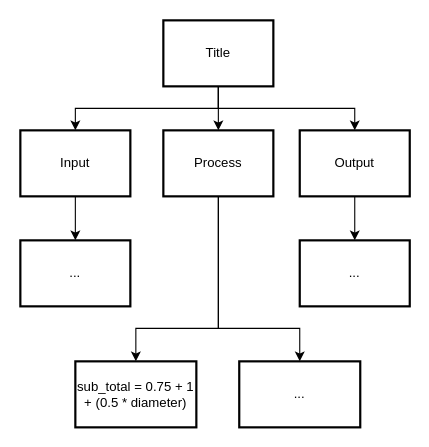
Earlier version of the draw.io diagram drawio/topDownDesign/topDownDesign.drawio (Aidan-Lalonde-Novales/ICS3U-Unit4-06-Python). Source tidied: cells renumbered, new cells numbered last; positions are measured from the earlier drawing's top-left corner, leaving out a move shared by most shapes. Both pictures are drawn from the tidied source at 110%, with x=0, y=0 at pixel (20, 20).
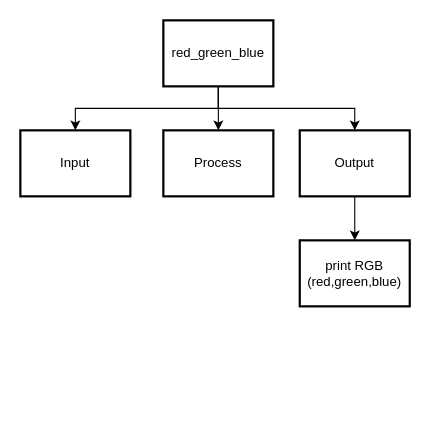
The same diagram, later.

Unchanged cells that the change refers to:
```xml
<mxCell id="4" value="Process" style="rounded=0;whiteSpace=wrap;html=1;absoluteArcSize=1;arcSize=14;strokeWidth=2;" parent="1" vertex="1">
  <mxGeometry x="130" y="100" width="100" height="60" as="geometry" />
</mxCell>
<mxCell id="10" value="Input" style="rounded=0;whiteSpace=wrap;html=1;absoluteArcSize=1;arcSize=14;strokeWidth=2;" parent="1" vertex="1">
  <mxGeometry y="100" width="100" height="60" as="geometry" />
</mxCell>
```

Diff of the diagram source:
```diff
@@
-    <mxCell id="2" style="edgeStyle=none;rounded=0;html=1;exitX=0.5;exitY=1;exitDx=0;exitDy=0;entryX=0.5;entryY=0;entryDx=0;entryDy=0;" parent="1" edge="1" source="4" target="15">
-      <mxGeometry relative="1" as="geometry">
-        <Array as="points">
-          <mxPoint x="180" y="280" />
-          <mxPoint x="105" y="280" />
-        </Array>
-      </mxGeometry>
-    </mxCell>
-    <mxCell id="3" style="edgeStyle=none;rounded=0;html=1;exitX=0.5;exitY=1;exitDx=0;exitDy=0;entryX=0.5;entryY=0;entryDx=0;entryDy=0;" parent="1" edge="1" source="4" target="16">
-      <mxGeometry relative="1" as="geometry">
-        <Array as="points">
-          <mxPoint x="180" y="280" />
-          <mxPoint x="254" y="280" />
-        </Array>
-      </mxGeometry>
-    </mxCell>
@@
-    <mxCell id="8" value="Title" style="rounded=0;whiteSpace=wrap;html=1;absoluteArcSize=1;arcSize=14;strokeWidth=2;" parent="1" vertex="1">
+    <mxCell id="8" value="red_green_blue" style="rounded=0;whiteSpace=wrap;html=1;absoluteArcSize=1;arcSize=14;strokeWidth=2;" parent="1" vertex="1">
       <mxGeometry x="130" width="100" height="60" as="geometry" />
     </mxCell>
-    <mxCell id="9" style="edgeStyle=none;rounded=0;html=1;exitX=0.5;exitY=1;exitDx=0;exitDy=0;entryX=0.5;entryY=0;entryDx=0;entryDy=0;" parent="1" edge="1" source="10" target="13">
-      <mxGeometry relative="1" as="geometry" />
-    </mxCell>
@@
-    <mxCell id="13" value="..." style="rounded=0;whiteSpace=wrap;html=1;absoluteArcSize=1;arcSize=14;strokeWidth=2;" parent="1" vertex="1">
-      <mxGeometry y="200" width="100" height="60" as="geometry" />
-    </mxCell>
-    <mxCell id="14" value="..." style="rounded=0;whiteSpace=wrap;html=1;absoluteArcSize=1;arcSize=14;strokeWidth=2;" parent="1" vertex="1">
+    <mxCell id="14" value="print RGB (red,green,blue)" style="rounded=0;whiteSpace=wrap;html=1;absoluteArcSize=1;arcSize=14;strokeWidth=2;" parent="1" vertex="1">
       <mxGeometry x="254" y="200" width="100" height="60" as="geometry" />
     </mxCell>
-    <mxCell id="15" value="sub_total = 0.75 + 1 + (0.5 * diameter)" style="rounded=0;whiteSpace=wrap;html=1;absoluteArcSize=1;arcSize=14;strokeWidth=2;" parent="1" vertex="1">
-      <mxGeometry x="50" y="310" width="110" height="60" as="geometry" />
-    </mxCell>
-    <mxCell id="16" value="..." style="rounded=0;whiteSpace=wrap;html=1;absoluteArcSize=1;arcSize=14;strokeWidth=2;" parent="1" vertex="1">
-      <mxGeometry x="199" y="310" width="110" height="60" as="geometry" />
-    </mxCell>
```
